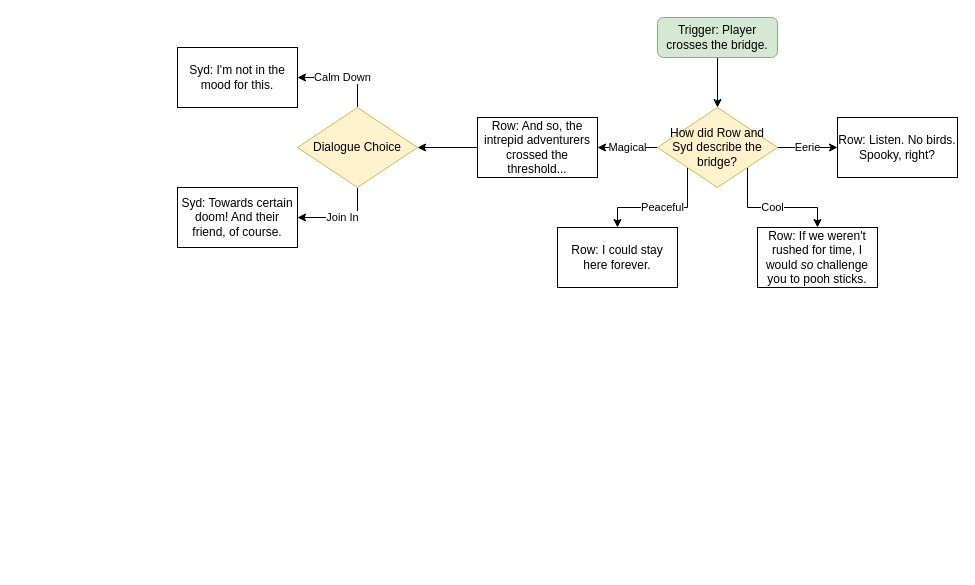
Before: DrawIO-Dialogue/Untitled Diagram.drawio in StaticSapphic/adventure-jam-2022, a draw.io diagram. Source tidied: cells renumbered, new cells numbered last; positions are measured from the earlier drawing's top-left corner, leaving out a move shared by most shapes. Both pictures are drawn from the tidied source at 100%, with x=0, y=0 at pixel (177, 17).
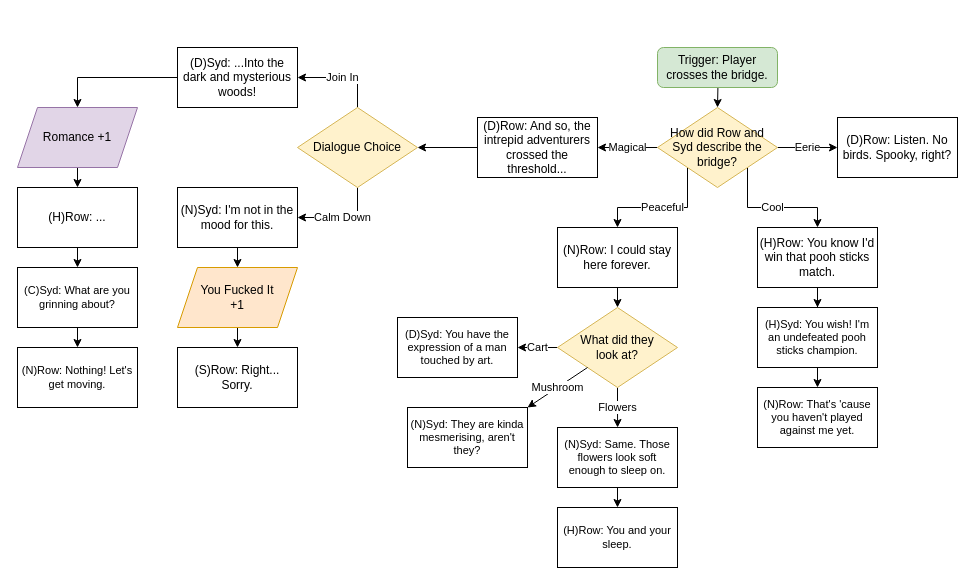
After the change.

The change refers to these unchanged cells:
```xml
<mxCell id="8" value="How did Row and Syd describe the bridge?" style="rhombus;whiteSpace=wrap;html=1;fillColor=#fff2cc;strokeColor=#d6b656;" parent="1" vertex="1">
  <mxGeometry x="480" y="90" width="120" height="80" as="geometry" />
</mxCell>
<mxCell id="16" value="Dialogue Choice" style="rhombus;whiteSpace=wrap;html=1;fillColor=#fff2cc;strokeColor=#d6b656;" parent="1" vertex="1">
  <mxGeometry x="120" y="90" width="120" height="80" as="geometry" />
</mxCell>
```

The edit, as a diff of the source:
```diff
@@
-    <mxCell id="2" style="edgeStyle=orthogonalEdgeStyle;rounded=0;jettySize=auto;html=1;exitX=0.5;exitY=1;exitDx=0;exitDy=0;entryX=0.5;entryY=0;entryDx=0;entryDy=0;" parent="1" edge="1" source="3" target="8">
-      <mxGeometry relative="1" as="geometry" />
+    <mxCell id="2" style="edgeStyle=orthogonalEdgeStyle;rounded=0;jettySize=auto;html=1;exitX=0.5;exitY=1;exitDx=0;exitDy=0;entryX=0.5;entryY=0;entryDx=0;entryDy=0;" parent="1" edge="1" target="8">
+      <mxGeometry relative="1" as="geometry">
+        <mxPoint x="540" y="40" as="sourcePoint" />
+      </mxGeometry>
     </mxCell>
     <mxCell id="3" value="Trigger: Player crosses the bridge." style="rounded=1;whiteSpace=wrap;html=1;fillColor=#d5e8d4;strokeColor=#82b366;" parent="1" vertex="1">
-      <mxGeometry x="480" width="120" height="40" as="geometry" />
+      <mxGeometry x="480" y="30" width="120" height="40" as="geometry" />
     </mxCell>
@@
-    <mxCell id="10" value="Row: And so, the intrepid adventurers crossed the threshold..." style="rounded=0;whiteSpace=wrap;html=1;" parent="1" vertex="1">
+    <mxCell id="10" value="(D)Row: And so, the intrepid adventurers crossed the threshold..." style="rounded=0;whiteSpace=wrap;html=1;spacing=2;" parent="1" vertex="1">
       <mxGeometry x="300" y="100" width="120" height="60" as="geometry" />
     </mxCell>
-    <mxCell id="11" value="Row: Listen. No birds. Spooky, right?" style="rounded=0;whiteSpace=wrap;html=1;" parent="1" vertex="1">
+    <mxCell id="11" value="(D)Row: Listen. No birds. Spooky, right?" style="rounded=0;whiteSpace=wrap;html=1;" parent="1" vertex="1">
       <mxGeometry x="660" y="100" width="120" height="60" as="geometry" />
     </mxCell>
+    <mxCell id="19" style="edgeStyle=orthogonalEdgeStyle;rounded=0;jettySize=auto;html=1;exitX=0.5;exitY=1;exitDx=0;exitDy=0;entryX=0.5;entryY=0;entryDx=0;entryDy=0;fontSize=11;" parent="1" edge="1" source="12" target="35">
+      <mxGeometry relative="1" as="geometry" />
+    </mxCell>
-    <mxCell id="12" value="Row: I could stay here forever." style="rounded=0;whiteSpace=wrap;html=1;" parent="1" vertex="1">
+    <mxCell id="12" value="(N)Row: I could stay here forever." style="rounded=0;whiteSpace=wrap;html=1;" parent="1" vertex="1">
       <mxGeometry x="380" y="210" width="120" height="60" as="geometry" />
     </mxCell>
+    <mxCell id="20" style="edgeStyle=orthogonalEdgeStyle;rounded=0;jettySize=auto;html=1;exitX=0.5;exitY=1;exitDx=0;exitDy=0;fontSize=11;" parent="1" edge="1" source="13" target="41">
+      <mxGeometry relative="1" as="geometry" />
+    </mxCell>
-    <mxCell id="13" value="Row: If we weren't rushed for time, I would &lt;i&gt;so&lt;/i&gt; challenge you to pooh sticks." style="rounded=0;whiteSpace=wrap;html=1;" parent="1" vertex="1">
+    <mxCell id="13" value="(H)Row: You know I'd win that pooh sticks match." style="rounded=0;whiteSpace=wrap;html=1;" parent="1" vertex="1">
       <mxGeometry x="580" y="210" width="120" height="60" as="geometry" />
     </mxCell>
-    <mxCell id="14" value="Join In" style="edgeStyle=orthogonalEdgeStyle;rounded=0;jettySize=auto;html=1;exitX=0.5;exitY=1;exitDx=0;exitDy=0;entryX=1;entryY=0.5;entryDx=0;entryDy=0;" parent="1" edge="1" source="16" target="17">
+    <mxCell id="14" value="Join In" style="edgeStyle=orthogonalEdgeStyle;rounded=0;jettySize=auto;html=1;exitX=0.5;exitY=0;exitDx=0;exitDy=0;entryX=1;entryY=0.5;entryDx=0;entryDy=0;" parent="1" edge="1" source="16" target="17">
       <mxGeometry relative="1" as="geometry" />
     </mxCell>
-    <mxCell id="15" value="Calm Down" style="edgeStyle=orthogonalEdgeStyle;rounded=0;jettySize=auto;html=1;exitX=0.5;exitY=0;exitDx=0;exitDy=0;entryX=1;entryY=0.5;entryDx=0;entryDy=0;" parent="1" edge="1" source="16" target="18">
+    <mxCell id="15" value="Calm Down" style="edgeStyle=orthogonalEdgeStyle;rounded=0;jettySize=auto;html=1;exitX=0.5;exitY=1;exitDx=0;exitDy=0;entryX=1;entryY=0.5;entryDx=0;entryDy=0;" parent="1" edge="1" source="16" target="18">
       <mxGeometry relative="1" as="geometry" />
     </mxCell>
@@
+    <mxCell id="21" style="edgeStyle=orthogonalEdgeStyle;rounded=0;jettySize=auto;html=1;exitX=0;exitY=0.5;exitDx=0;exitDy=0;entryX=0.5;entryY=0;entryDx=0;entryDy=0;" parent="1" edge="1" source="17" target="24">
+      <mxGeometry relative="1" as="geometry" />
+    </mxCell>
-    <mxCell id="17" value="Syd: Towards certain doom! And their friend, of course." style="rounded=0;whiteSpace=wrap;html=1;" parent="1" vertex="1">
-      <mxGeometry y="170" width="120" height="60" as="geometry" />
+    <mxCell id="17" value="&lt;div&gt;(D)Syd: ...Into the dark and mysterious woods!&lt;br&gt;&lt;/div&gt;" style="rounded=0;whiteSpace=wrap;html=1;" parent="1" vertex="1">
+      <mxGeometry y="30" width="120" height="60" as="geometry" />
     </mxCell>
+    <mxCell id="22" style="edgeStyle=orthogonalEdgeStyle;rounded=0;jettySize=auto;html=1;exitX=0.5;exitY=1;exitDx=0;exitDy=0;entryX=0.5;entryY=0;entryDx=0;entryDy=0;" parent="1" edge="1" source="18" target="26">
+      <mxGeometry relative="1" as="geometry" />
+    </mxCell>
-    <mxCell id="18" value="Syd: I'm not in the mood for this." style="rounded=0;whiteSpace=wrap;html=1;" parent="1" vertex="1">
-      <mxGeometry y="30" width="120" height="60" as="geometry" />
+    <mxCell id="18" value="(N)Syd: I'm not in the mood for this." style="rounded=0;whiteSpace=wrap;html=1;" parent="1" vertex="1">
+      <mxGeometry y="170" width="120" height="60" as="geometry" />
     </mxCell>
+    <mxCell id="23" style="edgeStyle=orthogonalEdgeStyle;rounded=0;jettySize=auto;html=1;exitX=0.5;exitY=1;exitDx=0;exitDy=0;entryX=0.5;entryY=0;entryDx=0;entryDy=0;fontSize=11;" parent="1" edge="1" source="24" target="29">
+      <mxGeometry relative="1" as="geometry" />
+    </mxCell>
+    <mxCell id="24" value="Romance +1" style="shape=parallelogram;perimeter=parallelogramPerimeter;whiteSpace=wrap;html=1;fixedSize=1;fillColor=#e1d5e7;strokeColor=#9673a6;" parent="1" vertex="1">
+      <mxGeometry x="-160" y="90" width="120" height="60" as="geometry" />
+    </mxCell>
+    <mxCell id="25" style="edgeStyle=orthogonalEdgeStyle;rounded=0;jettySize=auto;html=1;exitX=0.5;exitY=1;exitDx=0;exitDy=0;entryX=0.5;entryY=0;entryDx=0;entryDy=0;" parent="1" edge="1" source="26" target="27">
+      <mxGeometry relative="1" as="geometry" />
+    </mxCell>
+    <mxCell id="26" value="&lt;div&gt;You Fucked It&lt;/div&gt;&lt;div&gt;+1&lt;/div&gt;" style="shape=parallelogram;perimeter=parallelogramPerimeter;whiteSpace=wrap;html=1;fixedSize=1;fillColor=#ffe6cc;strokeColor=#d79b00;" parent="1" vertex="1">
+      <mxGeometry y="250" width="120" height="60" as="geometry" />
+    </mxCell>
+    <mxCell id="27" value="(S)Row: Right... Sorry." style="rounded=0;whiteSpace=wrap;html=1;" parent="1" vertex="1">
+      <mxGeometry y="330" width="120" height="60" as="geometry" />
+    </mxCell>
+    <mxCell id="28" style="edgeStyle=orthogonalEdgeStyle;rounded=0;jettySize=auto;html=1;exitX=0.5;exitY=1;exitDx=0;exitDy=0;entryX=0.5;entryY=0;entryDx=0;entryDy=0;fontSize=11;" parent="1" edge="1" source="29" target="31">
+      <mxGeometry relative="1" as="geometry" />
+    </mxCell>
+    <mxCell id="29" value="(H)Row: ... " style="rounded=0;whiteSpace=wrap;html=1;" parent="1" vertex="1">
+      <mxGeometry x="-160" y="170" width="120" height="60" as="geometry" />
+    </mxCell>
+    <mxCell id="30" style="edgeStyle=orthogonalEdgeStyle;rounded=0;jettySize=auto;html=1;exitX=0.5;exitY=1;exitDx=0;exitDy=0;entryX=0.5;entryY=0;entryDx=0;entryDy=0;fontSize=11;" parent="1" edge="1" source="31" target="32">
+      <mxGeometry relative="1" as="geometry" />
+    </mxCell>
+    <mxCell id="31" value="(C)Syd: What are you grinning about?" style="rounded=0;whiteSpace=wrap;html=1;fontSize=11;" parent="1" vertex="1">
+      <mxGeometry x="-160" y="250" width="120" height="60" as="geometry" />
+    </mxCell>
+    <mxCell id="32" value="(N)Row: Nothing! Let's get moving." style="rounded=0;whiteSpace=wrap;html=1;fontSize=11;" parent="1" vertex="1">
+      <mxGeometry x="-160" y="330" width="120" height="60" as="geometry" />
+    </mxCell>
+    <mxCell id="33" value="Cart" style="edgeStyle=orthogonalEdgeStyle;rounded=0;jettySize=auto;html=1;exitX=0;exitY=0.5;exitDx=0;exitDy=0;entryX=1;entryY=0.5;entryDx=0;entryDy=0;fontSize=11;" parent="1" edge="1" source="35">
+      <mxGeometry relative="1" as="geometry">
+        <mxPoint x="340" y="330" as="targetPoint" />
+      </mxGeometry>
+    </mxCell>
+    <mxCell id="34" value="Flowers" style="edgeStyle=orthogonalEdgeStyle;rounded=0;jettySize=auto;html=1;exitX=0.5;exitY=1;exitDx=0;exitDy=0;fontSize=11;" parent="1" edge="1" source="35">
+      <mxGeometry relative="1" as="geometry">
+        <mxPoint x="440.1" y="410" as="targetPoint" />
+      </mxGeometry>
+    </mxCell>
+    <mxCell id="35" value="&lt;div&gt;What did they &lt;br&gt;&lt;/div&gt;&lt;div&gt;look at?&lt;/div&gt;" style="rhombus;whiteSpace=wrap;html=1;fillColor=#fff2cc;strokeColor=#d6b656;" parent="1" vertex="1">
+      <mxGeometry x="380" y="290" width="120" height="80" as="geometry" />
+    </mxCell>
+    <mxCell id="36" value="Mushroom" style="endArrow=classic;html=1;rounded=0;fontSize=11;entryX=1;entryY=0;entryDx=0;entryDy=0;" parent="1" edge="1">
+      <mxGeometry relative="1" as="geometry">
+        <mxPoint x="410" y="350" as="sourcePoint" />
+        <mxPoint x="350" y="390" as="targetPoint" />
+      </mxGeometry>
+    </mxCell>
+    <mxCell id="37" style="edgeStyle=orthogonalEdgeStyle;rounded=0;jettySize=auto;html=1;exitX=0.5;exitY=1;exitDx=0;exitDy=0;entryX=0.5;entryY=0;entryDx=0;entryDy=0;fontSize=11;" parent="1" edge="1" source="38" target="39">
+      <mxGeometry relative="1" as="geometry" />
+    </mxCell>
+    <mxCell id="38" value="(N)Syd: Same. Those flowers look soft enough to sleep on." style="rounded=0;whiteSpace=wrap;html=1;fontSize=11;" parent="1" vertex="1">
+      <mxGeometry x="380" y="410" width="120" height="60" as="geometry" />
+    </mxCell>
+    <mxCell id="39" value="(H)Row: You and your sleep." style="rounded=0;whiteSpace=wrap;html=1;fontSize=11;" parent="1" vertex="1">
+      <mxGeometry x="380" y="490" width="120" height="60" as="geometry" />
+    </mxCell>
+    <mxCell id="40" style="edgeStyle=orthogonalEdgeStyle;rounded=0;jettySize=auto;html=1;exitX=0.5;exitY=1;exitDx=0;exitDy=0;entryX=0.5;entryY=0;entryDx=0;entryDy=0;fontSize=11;" parent="1" edge="1" source="41" target="42">
+      <mxGeometry relative="1" as="geometry" />
+    </mxCell>
+    <mxCell id="41" value="(H)Syd: You wish! I'm an undefeated pooh sticks champion." style="rounded=0;whiteSpace=wrap;html=1;fontSize=11;" parent="1" vertex="1">
+      <mxGeometry x="580" y="290" width="120" height="60" as="geometry" />
+    </mxCell>
+    <mxCell id="42" value="(N)Row: That's 'cause you haven't played against me yet." style="rounded=0;whiteSpace=wrap;html=1;fontSize=11;" parent="1" vertex="1">
+      <mxGeometry x="580" y="370" width="120" height="60" as="geometry" />
+    </mxCell>
+    <mxCell id="43" value="(N)Syd: They are kinda mesmerising, aren't they?" style="rounded=0;whiteSpace=wrap;html=1;fontSize=11;" parent="1" vertex="1">
+      <mxGeometry x="230" y="390" width="120" height="60" as="geometry" />
+    </mxCell>
+    <mxCell id="44" value="(D)Syd: You have the expression of a man touched by art." style="rounded=0;whiteSpace=wrap;html=1;fontSize=11;" parent="1" vertex="1">
+      <mxGeometry x="220" y="300" width="120" height="60" as="geometry" />
+    </mxCell>
```
